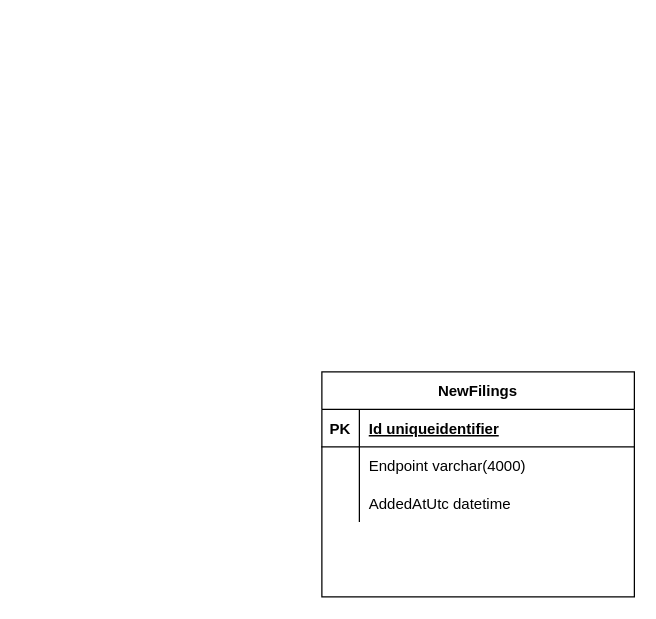
This is page "Webhook Triggers" (2 of 2) of AletheiaErd.drawio from TimHanewich/Aletheia-Engine-Library, a draw.io file, before an edit. Source tidied: cells renumbered, new cells numbered last; positions are measured from the earlier drawing's top-left corner, leaving out a move shared by most shapes. Both pictures are drawn from the tidied source at 125%, with x=0, y=0 at pixel (321, 371).
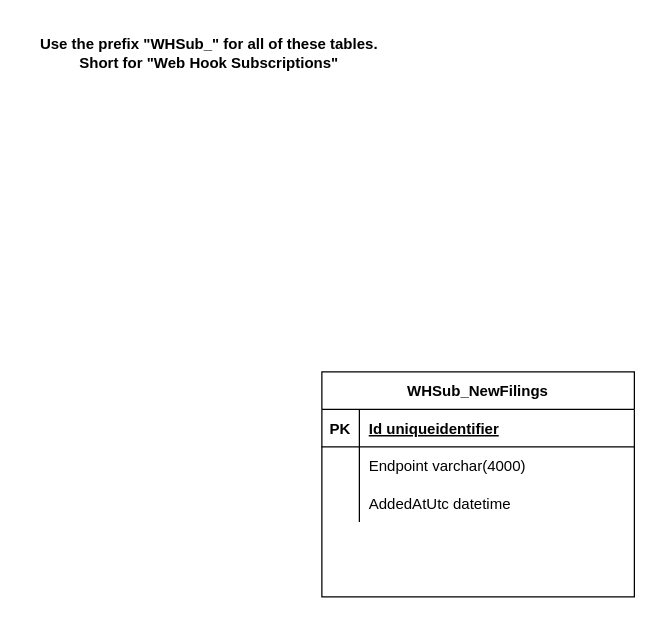
After the change.

Commit message:
Added table name prefix for all webhook-related tables

Change to the diagram source:
```diff
@@
 <mxGraphModel>
   <root>
     <mxCell id="0" />
     <mxCell id="1" parent="0" />
-    <mxCell id="2" value="NewFilings" style="shape=table;startSize=30;childLayout=tableLayout;rowLines=0;fontStyle=1;align=center;" parent="1" vertex="1">
+    <mxCell id="2" value="WHSub_NewFilings" style="shape=table;startSize=30;childLayout=tableLayout;rowLines=0;fontStyle=1;align=center;" parent="1" vertex="1">
       <mxGeometry width="250" height="180" as="geometry" />
     </mxCell>
     <mxCell id="3" style="shape=partialRectangle;fillColor=none;top=0;left=0;bottom=1;right=0;" parent="2" vertex="1">
       <mxGeometry y="30" width="250" height="30" as="geometry" />
     </mxCell>
     <mxCell id="4" value="PK" style="shape=partialRectangle;fillColor=none;top=0;left=0;bottom=0;right=0;fontStyle=1;overflow=hidden;" parent="3" vertex="1">
       <mxGeometry width="30" height="30" as="geometry" />
     </mxCell>
     <mxCell id="5" value="Id uniqueidentifier" style="shape=partialRectangle;fillColor=none;top=0;left=0;bottom=0;right=0;align=left;spacingLeft=6;fontStyle=5;overflow=hidden;" parent="3" vertex="1">
       <mxGeometry x="30" width="220" height="30" as="geometry" />
     </mxCell>
     <mxCell id="6" style="shape=partialRectangle;fillColor=none;top=0;left=0;bottom=0;right=0;" parent="2" vertex="1">
       <mxGeometry y="60" width="250" height="30" as="geometry" />
     </mxCell>
     <mxCell id="7" style="shape=partialRectangle;fillColor=none;top=0;left=0;bottom=0;right=0;overflow=hidden;" parent="6" vertex="1">
       <mxGeometry width="30" height="30" as="geometry" />
     </mxCell>
     <mxCell id="8" value="Endpoint varchar(4000)" style="shape=partialRectangle;fillColor=none;top=0;left=0;bottom=0;right=0;align=left;spacingLeft=6;overflow=hidden;" parent="6" vertex="1">
       <mxGeometry x="30" width="220" height="30" as="geometry" />
     </mxCell>
     <mxCell id="9" style="shape=partialRectangle;fillColor=none;top=0;left=0;bottom=0;right=0;" parent="2" vertex="1">
       <mxGeometry y="90" width="250" height="30" as="geometry" />
     </mxCell>
     <mxCell id="10" style="shape=partialRectangle;fillColor=none;top=0;left=0;bottom=0;right=0;overflow=hidden;" parent="9" vertex="1">
       <mxGeometry width="30" height="30" as="geometry" />
     </mxCell>
     <mxCell id="11" value="AddedAtUtc datetime" style="shape=partialRectangle;fillColor=none;top=0;left=0;bottom=0;right=0;align=left;spacingLeft=6;overflow=hidden;" parent="9" vertex="1">
       <mxGeometry x="30" width="220" height="30" as="geometry" />
     </mxCell>
+    <mxCell id="12" value="Use the prefix &quot;WHSub_&quot; for all of these tables. Short for &quot;Web Hook Subscriptions&quot;" style="text;html=1;strokeColor=none;fillColor=none;align=center;verticalAlign=middle;whiteSpace=wrap;rounded=0;fontStyle=1;" parent="1" vertex="1">
+      <mxGeometry x="-240" y="-280" width="300" height="50" as="geometry" />
+    </mxCell>
   </root>
 </mxGraphModel>
```
